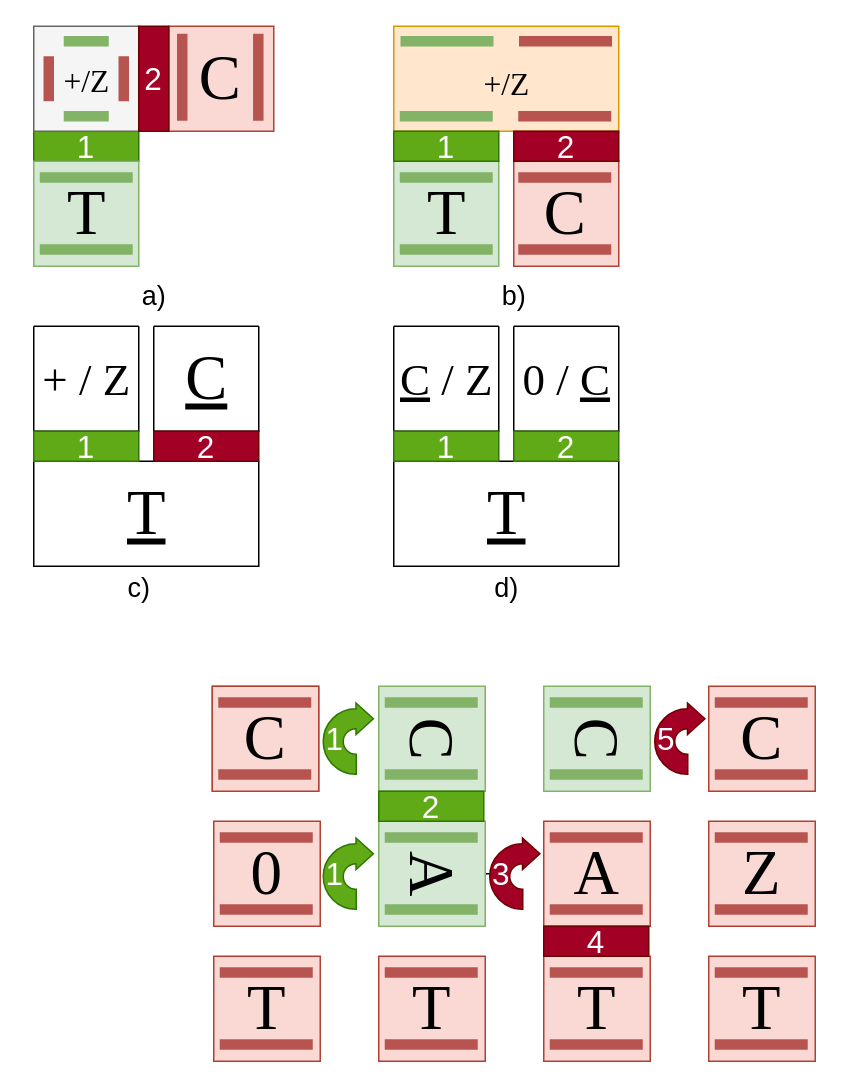
The draw.io diagram translation.drawio in alexandrupaler/alexandrupaler.github.io, before the edit. Source tidied: cells renumbered, new cells numbered last; positions are measured from the earlier drawing's top-left corner, leaving out a move shared by most shapes. Both pictures are drawn from the tidied source at 150%, with x=0, y=0 at pixel (26, 26).
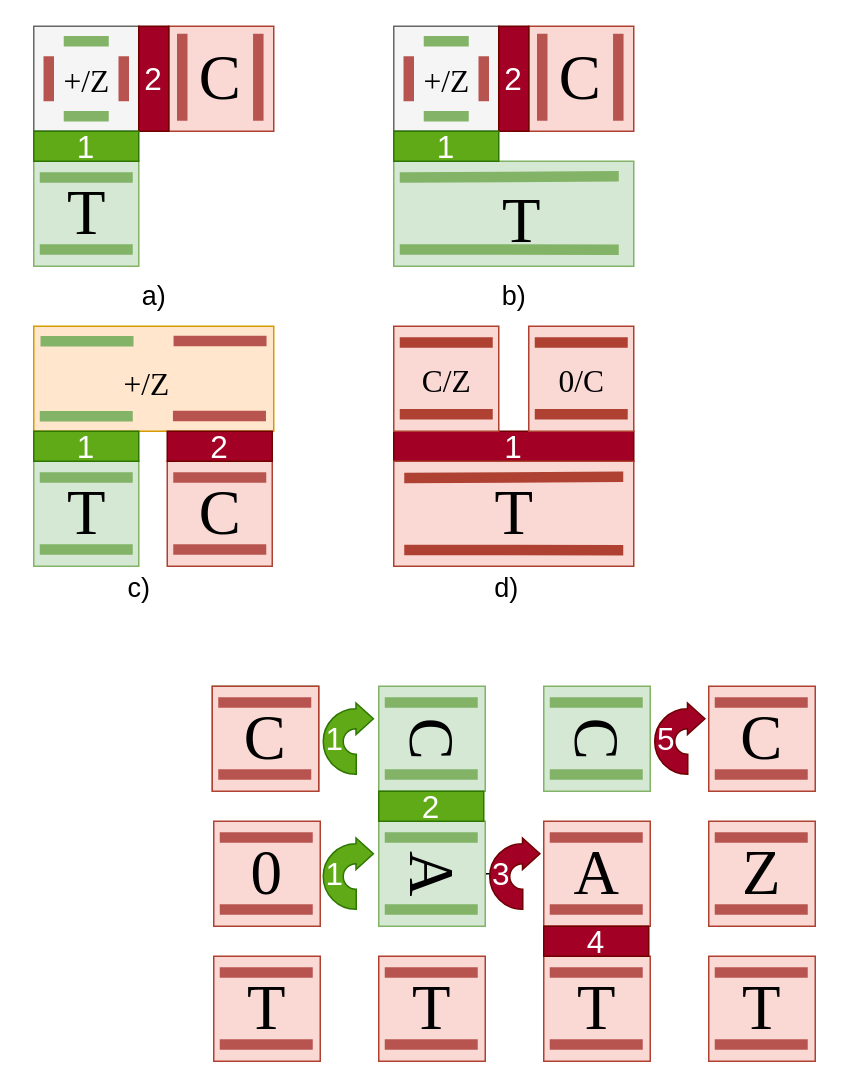
After the change.

What changed in the source:
```diff
@@
-    <mxCell id="3" style="swimlane;startSize=0;" parent="1" vertex="1">
-      <mxGeometry x="5" y="290" width="150" height="70" as="geometry" />
-    </mxCell>
-    <mxCell id="4" value="&lt;u&gt;&lt;font&gt;T&lt;/font&gt;&lt;/u&gt;" style="text;html=1;align=center;verticalAlign=middle;strokeColor=none;fillColor=none;fontSize=42;fontFamily=Garamond;" parent="3" vertex="1">
-      <mxGeometry x="50" y="5" width="50" height="60" as="geometry" />
-    </mxCell>
-    <mxCell id="5" style="swimlane;startSize=0;" parent="1" vertex="1">
-      <mxGeometry x="5" y="200" width="70" height="70" as="geometry" />
-    </mxCell>
-    <mxCell id="6" value="&lt;font style=&quot;font-size: 30px;&quot;&gt;+ / Z&lt;/font&gt;" style="text;html=1;align=center;verticalAlign=middle;strokeColor=none;fillColor=none;fontSize=32;fontFamily=Garamond;" parent="5" vertex="1">
-      <mxGeometry x="-5" y="10" width="80" height="50" as="geometry" />
-    </mxCell>
-    <mxCell id="7" style="swimlane;startSize=0;" parent="1" vertex="1">
-      <mxGeometry x="85" y="200" width="70" height="70" as="geometry" />
-    </mxCell>
-    <mxCell id="8" value="&lt;u&gt;&lt;font&gt;C&lt;/font&gt;&lt;/u&gt;" style="text;html=1;align=center;verticalAlign=middle;strokeColor=none;fillColor=none;fontSize=42;fontFamily=Garamond;" parent="7" vertex="1">
-      <mxGeometry x="10" y="5" width="50" height="60" as="geometry" />
-    </mxCell>
-    <mxCell id="9" style="swimlane;startSize=0;" parent="1" vertex="1">
-      <mxGeometry x="245" y="290" width="150" height="70" as="geometry" />
-    </mxCell>
-    <mxCell id="10" value="&lt;u&gt;&lt;font&gt;T&lt;/font&gt;&lt;/u&gt;" style="text;html=1;align=center;verticalAlign=middle;strokeColor=none;fillColor=none;fontSize=42;fontFamily=Garamond;" parent="9" vertex="1">
-      <mxGeometry x="50" y="5" width="50" height="60" as="geometry" />
-    </mxCell>
-    <mxCell id="11" style="swimlane;startSize=0;" parent="1" vertex="1">
-      <mxGeometry x="245" y="200" width="70" height="70" as="geometry" />
-    </mxCell>
-    <mxCell id="12" value="&lt;u&gt;C&lt;/u&gt; / Z" style="text;html=1;align=center;verticalAlign=middle;strokeColor=none;fillColor=none;fontSize=30;fontFamily=Garamond;" parent="11" vertex="1">
-      <mxGeometry x="-10" y="10" width="90" height="50" as="geometry" />
-    </mxCell>
-    <mxCell id="13" style="swimlane;startSize=0;" parent="1" vertex="1">
-      <mxGeometry x="325" y="200" width="70" height="70" as="geometry" />
-    </mxCell>
-    <mxCell id="14" value="0 / &lt;u&gt;C&lt;/u&gt;" style="text;html=1;align=center;verticalAlign=middle;strokeColor=none;fillColor=none;fontSize=30;fontFamily=Garamond;" parent="13" vertex="1">
-      <mxGeometry x="-5" y="10" width="80" height="50" as="geometry" />
-    </mxCell>
@@
-    <mxCell id="20" value="&lt;font style=&quot;font-size: 21px;&quot;&gt;1&lt;/font&gt;" style="rounded=0;whiteSpace=wrap;html=1;fillColor=#60a917;fontColor=#ffffff;strokeColor=#2D7600;" parent="1" vertex="1">
-      <mxGeometry x="5" y="70" width="70" height="20" as="geometry" />
-    </mxCell>
-    <mxCell id="21" value="1" style="rounded=0;whiteSpace=wrap;html=1;fillColor=#60a917;fontColor=#ffffff;strokeColor=#2D7600;fontSize=21;" parent="1" vertex="1">
-      <mxGeometry x="5" y="270" width="70" height="20" as="geometry" />
-    </mxCell>
-    <mxCell id="22" value="2" style="rounded=0;whiteSpace=wrap;html=1;fillColor=#a20025;fontColor=#ffffff;strokeColor=#6F0000;fontSize=21;" parent="1" vertex="1">
-      <mxGeometry x="85" y="270" width="70" height="20" as="geometry" />
-    </mxCell>
-    <mxCell id="23" value="1" style="rounded=0;whiteSpace=wrap;html=1;fillColor=#60a917;fontColor=#ffffff;strokeColor=#2D7600;fontSize=21;" parent="1" vertex="1">
-      <mxGeometry x="245" y="270" width="70" height="20" as="geometry" />
+    <mxCell id="23" value="1" style="rounded=0;whiteSpace=wrap;html=1;fillColor=#a20025;fontColor=#ffffff;strokeColor=#6F0000;fontSize=21;" parent="1" vertex="1">
+      <mxGeometry x="245" y="270" width="160" height="20" as="geometry" />
     </mxCell>
-    <mxCell id="24" value="2" style="rounded=0;whiteSpace=wrap;html=1;fillColor=#60a917;fontColor=#ffffff;strokeColor=#2D7600;fontSize=21;" parent="1" vertex="1">
-      <mxGeometry x="325" y="270" width="70" height="20" as="geometry" />
-    </mxCell>
@@
     <mxCell id="80" style="group;fillColor=#d5e8d4;strokeColor=#82b366;" parent="1" vertex="1">
-      <mxGeometry x="245" y="90" width="70" height="70" as="geometry" />
+      <mxGeometry x="5" y="290" width="70" height="70" as="geometry" />
     </mxCell>
     <mxCell id="81" style="endArrow=none;html=1;rounded=0;strokeWidth=7;fillColor=#d5e8d4;strokeColor=#82b366;" parent="1" edge="1">
       <mxGeometry relative="1" as="geometry">
-        <mxPoint x="249" y="100.9" as="sourcePoint" />
-        <mxPoint x="311" y="100.9" as="targetPoint" />
+        <mxPoint x="9" y="300.9" as="sourcePoint" />
+        <mxPoint x="71" y="300.9" as="targetPoint" />
       </mxGeometry>
     </mxCell>
     <mxCell id="82" style="endArrow=none;html=1;rounded=0;strokeWidth=7;fillColor=#d5e8d4;strokeColor=#82b366;" parent="1" edge="1">
       <mxGeometry relative="1" as="geometry">
-        <mxPoint x="249" y="148.8" as="sourcePoint" />
-        <mxPoint x="311" y="148.8" as="targetPoint" />
+        <mxPoint x="9" y="348.8" as="sourcePoint" />
+        <mxPoint x="71" y="348.8" as="targetPoint" />
       </mxGeometry>
     </mxCell>
     <mxCell id="83" value="T" style="text;html=1;align=center;verticalAlign=middle;strokeColor=none;fillColor=none;fontSize=42;fontFamily=Garamond;" parent="1" vertex="1">
-      <mxGeometry x="255" y="95" width="50" height="60" as="geometry" />
+      <mxGeometry x="15" y="295" width="50" height="60" as="geometry" />
     </mxCell>
     <mxCell id="84" style="rounded=0;whiteSpace=wrap;html=1;fillColor=#ffe6cc;strokeColor=#d79b00;" parent="1" vertex="1">
-      <mxGeometry x="245" width="150" height="70" as="geometry" />
+      <mxGeometry x="5" y="200" width="160" height="70" as="geometry" />
     </mxCell>
     <mxCell id="85" value="&lt;font style=&quot;font-size: 21px;&quot;&gt;+/Z&lt;/font&gt;" style="text;html=1;align=center;verticalAlign=middle;strokeColor=none;fillColor=none;fontSize=31;fontFamily=Garamond;" parent="1" vertex="1">
-      <mxGeometry x="295" y="10" width="50" height="50" as="geometry" />
+      <mxGeometry x="55" y="210" width="50" height="50" as="geometry" />
     </mxCell>
     <mxCell id="86" style="rounded=0;whiteSpace=wrap;html=1;fillColor=#fad9d5;strokeColor=#ae4132;" parent="1" vertex="1">
-      <mxGeometry x="325" y="90" width="70" height="70" as="geometry" />
+      <mxGeometry x="94" y="290" width="70" height="70" as="geometry" />
     </mxCell>
     <mxCell id="87" style="endArrow=none;html=1;rounded=0;strokeWidth=7;fillColor=#f8cecc;strokeColor=#b85450;" parent="1" edge="1">
       <mxGeometry relative="1" as="geometry">
-        <mxPoint x="328" y="100.9" as="sourcePoint" />
-        <mxPoint x="390" y="100.9" as="targetPoint" />
+        <mxPoint x="98" y="300.9" as="sourcePoint" />
+        <mxPoint x="160" y="300.9" as="targetPoint" />
       </mxGeometry>
     </mxCell>
     <mxCell id="88" style="endArrow=none;html=1;rounded=0;strokeWidth=7;fillColor=#f8cecc;strokeColor=#b85450;" parent="1" edge="1">
       <mxGeometry relative="1" as="geometry">
-        <mxPoint x="328" y="148.8" as="sourcePoint" />
-        <mxPoint x="390" y="148.8" as="targetPoint" />
+        <mxPoint x="98" y="348.8" as="sourcePoint" />
+        <mxPoint x="160" y="348.8" as="targetPoint" />
       </mxGeometry>
     </mxCell>
     <mxCell id="89" value="&lt;font&gt;C&lt;/font&gt;" style="text;html=1;align=center;verticalAlign=middle;strokeColor=none;fillColor=none;fontSize=42;fontFamily=Garamond;" parent="1" vertex="1">
-      <mxGeometry x="334" y="95" width="50" height="60" as="geometry" />
+      <mxGeometry x="104" y="295" width="50" height="60" as="geometry" />
     </mxCell>
     <mxCell id="90" style="endArrow=none;html=1;rounded=0;strokeWidth=7;fillColor=#f8cecc;strokeColor=#b85450;" parent="1" edge="1">
       <mxGeometry relative="1" as="geometry">
-        <mxPoint x="328.5" y="10" as="sourcePoint" />
-        <mxPoint x="390.5" y="10" as="targetPoint" />
+        <mxPoint x="98.2" y="209.8" as="sourcePoint" />
+        <mxPoint x="160.2" y="209.8" as="targetPoint" />
       </mxGeometry>
     </mxCell>
     <mxCell id="91" style="endArrow=none;html=1;rounded=0;strokeWidth=7;fillColor=#d5e8d4;strokeColor=#82b366;" parent="1" edge="1">
       <mxGeometry relative="1" as="geometry">
-        <mxPoint x="249.5" y="10" as="sourcePoint" />
-        <mxPoint x="311.5" y="10" as="targetPoint" />
+        <mxPoint x="9.5" y="210" as="sourcePoint" />
+        <mxPoint x="71.5" y="210" as="targetPoint" />
       </mxGeometry>
     </mxCell>
     <mxCell id="92" style="endArrow=none;html=1;rounded=0;strokeWidth=7;fillColor=#f8cecc;strokeColor=#b85450;" parent="1" edge="1">
       <mxGeometry relative="1" as="geometry">
-        <mxPoint x="328" y="60" as="sourcePoint" />
-        <mxPoint x="390" y="60" as="targetPoint" />
+        <mxPoint x="97.8" y="259.8" as="sourcePoint" />
+        <mxPoint x="159.8" y="259.8" as="targetPoint" />
       </mxGeometry>
     </mxCell>
     <mxCell id="93" style="endArrow=none;html=1;rounded=0;strokeWidth=7;fillColor=#d5e8d4;strokeColor=#82b366;" parent="1" edge="1">
       <mxGeometry relative="1" as="geometry">
-        <mxPoint x="249" y="60" as="sourcePoint" />
-        <mxPoint x="311" y="60" as="targetPoint" />
+        <mxPoint x="9" y="260" as="sourcePoint" />
+        <mxPoint x="71" y="260" as="targetPoint" />
       </mxGeometry>
     </mxCell>
     <mxCell id="94" value="2" style="rounded=0;whiteSpace=wrap;html=1;fillColor=#a20025;fontColor=#ffffff;strokeColor=#6F0000;fontSize=21;" parent="1" vertex="1">
-      <mxGeometry x="325" y="70" width="70" height="20" as="geometry" />
+      <mxGeometry x="94" y="270" width="70" height="20" as="geometry" />
     </mxCell>
     <mxCell id="95" value="1" style="rounded=0;whiteSpace=wrap;html=1;fillColor=#60a917;fontColor=#ffffff;strokeColor=#2D7600;fontSize=21;" parent="1" vertex="1">
-      <mxGeometry x="245" y="70" width="70" height="20" as="geometry" />
+      <mxGeometry x="5" y="270" width="70" height="20" as="geometry" />
     </mxCell>
@@
+    <mxCell id="110" style="rounded=0;whiteSpace=wrap;html=1;fillColor=#fad9d5;strokeColor=#ae4132;" parent="1" vertex="1">
+      <mxGeometry x="335" width="70" height="70" as="geometry" />
+    </mxCell>
+    <mxCell id="111" style="group;fillColor=#d5e8d4;strokeColor=#82b366;" parent="1" vertex="1">
+      <mxGeometry x="245" y="90" width="160" height="70" as="geometry" />
+    </mxCell>
+    <mxCell id="112" style="endArrow=none;html=1;rounded=0;strokeWidth=7;fillColor=#d5e8d4;strokeColor=#82b366;" parent="1" edge="1">
+      <mxGeometry relative="1" as="geometry">
+        <mxPoint x="249" y="100.9" as="sourcePoint" />
+        <mxPoint x="395" y="100" as="targetPoint" />
+      </mxGeometry>
+    </mxCell>
+    <mxCell id="113" style="endArrow=none;html=1;rounded=0;strokeWidth=7;fillColor=#d5e8d4;strokeColor=#82b366;" parent="1" edge="1">
+      <mxGeometry relative="1" as="geometry">
+        <mxPoint x="249" y="148.8" as="sourcePoint" />
+        <mxPoint x="395" y="149" as="targetPoint" />
+      </mxGeometry>
+    </mxCell>
+    <mxCell id="114" value="T" style="text;html=1;align=center;verticalAlign=middle;strokeColor=none;fillColor=none;fontSize=42;fontFamily=Garamond;" parent="1" vertex="1">
+      <mxGeometry x="305" y="100" width="50" height="60" as="geometry" />
+    </mxCell>
+    <mxCell id="115" style="rounded=0;whiteSpace=wrap;html=1;fillColor=#f5f5f5;strokeColor=#666666;fontColor=#333333;" parent="1" vertex="1">
+      <mxGeometry x="245" width="70" height="70" as="geometry" />
+    </mxCell>
+    <mxCell id="116" value="&lt;font style=&quot;font-size: 21px;&quot;&gt;+/Z&lt;/font&gt;" style="text;html=1;align=center;verticalAlign=middle;strokeColor=none;fillColor=none;fontSize=42;fontFamily=Garamond;" parent="1" vertex="1">
+      <mxGeometry x="255" width="50" height="60" as="geometry" />
+    </mxCell>
+    <mxCell id="22" value="2" style="rounded=0;whiteSpace=wrap;html=1;fillColor=#a20025;fontColor=#ffffff;strokeColor=#6F0000;fontSize=21;" parent="1" vertex="1">
+      <mxGeometry x="315" width="20" height="70" as="geometry" />
+    </mxCell>
+    <mxCell id="8" value="&lt;font&gt;C&lt;/font&gt;" style="text;html=1;align=center;verticalAlign=middle;strokeColor=none;fillColor=none;fontSize=42;fontFamily=Garamond;" parent="1" vertex="1">
+      <mxGeometry x="344" y="5" width="50" height="60" as="geometry" />
+    </mxCell>
+    <mxCell id="117" style="endArrow=none;html=1;rounded=0;strokeWidth=7;fillColor=#d5e8d4;strokeColor=#82b366;" parent="1" edge="1">
+      <mxGeometry relative="1" as="geometry">
+        <mxPoint x="265" y="60" as="sourcePoint" />
+        <mxPoint x="295" y="60" as="targetPoint" />
+      </mxGeometry>
+    </mxCell>
+    <mxCell id="118" style="endArrow=none;html=1;rounded=0;strokeWidth=7;fillColor=#f8cecc;strokeColor=#b85450;entryX=0.863;entryY=0.965;entryDx=0;entryDy=0;entryPerimeter=0;" parent="1" edge="1">
+      <mxGeometry relative="1" as="geometry">
+        <mxPoint x="344" y="5" as="sourcePoint" />
+        <mxPoint x="344" y="63" as="targetPoint" />
+      </mxGeometry>
+    </mxCell>
+    <mxCell id="119" style="endArrow=none;html=1;rounded=0;strokeWidth=7;fillColor=#f8cecc;strokeColor=#b85450;entryX=0.863;entryY=0.965;entryDx=0;entryDy=0;entryPerimeter=0;" parent="1" edge="1">
+      <mxGeometry relative="1" as="geometry">
+        <mxPoint x="394.7" y="5" as="sourcePoint" />
+        <mxPoint x="394.7" y="63" as="targetPoint" />
+      </mxGeometry>
+    </mxCell>
+    <mxCell id="120" style="endArrow=none;html=1;rounded=0;strokeWidth=7;fillColor=#d5e8d4;strokeColor=#82b366;" parent="1" edge="1">
+      <mxGeometry relative="1" as="geometry">
+        <mxPoint x="265" y="10" as="sourcePoint" />
+        <mxPoint x="295" y="10" as="targetPoint" />
+      </mxGeometry>
+    </mxCell>
+    <mxCell id="121" style="endArrow=none;html=1;rounded=0;strokeWidth=7;fillColor=#f8cecc;strokeColor=#b85450;" parent="1" edge="1">
+      <mxGeometry relative="1" as="geometry">
+        <mxPoint x="255" y="20" as="sourcePoint" />
+        <mxPoint x="255" y="50" as="targetPoint" />
+      </mxGeometry>
+    </mxCell>
+    <mxCell id="122" style="endArrow=none;html=1;rounded=0;strokeWidth=7;fillColor=#f8cecc;strokeColor=#b85450;" parent="1" edge="1">
+      <mxGeometry relative="1" as="geometry">
+        <mxPoint x="305" y="20" as="sourcePoint" />
+        <mxPoint x="305" y="50" as="targetPoint" />
+      </mxGeometry>
+    </mxCell>
+    <mxCell id="21" value="&lt;font style=&quot;font-size: 21px;&quot;&gt;1&lt;/font&gt;" style="rounded=0;whiteSpace=wrap;html=1;fillColor=#60a917;fontColor=#ffffff;strokeColor=#2D7600;" parent="1" vertex="1">
+      <mxGeometry x="245" y="70" width="70" height="20" as="geometry" />
+    </mxCell>
+    <mxCell id="20" value="&lt;font style=&quot;font-size: 21px;&quot;&gt;1&lt;/font&gt;" style="rounded=0;whiteSpace=wrap;html=1;fillColor=#60a917;fontColor=#ffffff;strokeColor=#2D7600;" parent="1" vertex="1">
+      <mxGeometry x="5" y="70" width="70" height="20" as="geometry" />
+    </mxCell>
+    <mxCell id="123" style="group;fillColor=#fad9d5;strokeColor=#ae4132;" parent="1" vertex="1">
+      <mxGeometry x="245" y="290" width="160" height="70" as="geometry" />
+    </mxCell>
+    <mxCell id="124" style="rounded=0;whiteSpace=wrap;html=1;fillColor=#fad9d5;strokeColor=#ae4132;" parent="1" vertex="1">
+      <mxGeometry x="245" y="200" width="70" height="70" as="geometry" />
+    </mxCell>
+    <mxCell id="125" value="&lt;font style=&quot;font-size: 21px;&quot;&gt;C/Z&lt;/font&gt;" style="text;html=1;align=center;verticalAlign=middle;strokeColor=none;fillColor=none;fontSize=42;fontFamily=Garamond;" parent="1" vertex="1">
+      <mxGeometry x="250" y="200" width="60" height="60" as="geometry" />
+    </mxCell>
+    <mxCell id="126" style="endArrow=none;html=1;rounded=0;strokeWidth=7;fillColor=#fad9d5;strokeColor=#ae4132;" parent="1" edge="1">
+      <mxGeometry relative="1" as="geometry">
+        <mxPoint x="252" y="349.1" as="sourcePoint" />
+        <mxPoint x="398" y="349.4" as="targetPoint" />
+      </mxGeometry>
+    </mxCell>
+    <mxCell id="127" style="endArrow=none;html=1;rounded=0;strokeWidth=7;fillColor=#fad9d5;strokeColor=#ae4132;" parent="1" edge="1">
+      <mxGeometry relative="1" as="geometry">
+        <mxPoint x="252" y="301.2" as="sourcePoint" />
+        <mxPoint x="398" y="300.4" as="targetPoint" />
+      </mxGeometry>
+    </mxCell>
+    <mxCell id="128" style="endArrow=none;html=1;rounded=0;strokeWidth=7;fillColor=#fad9d5;strokeColor=#ae4132;" parent="1" edge="1">
+      <mxGeometry relative="1" as="geometry">
+        <mxPoint x="249" y="258.7" as="sourcePoint" />
+        <mxPoint x="311" y="258.7" as="targetPoint" />
+      </mxGeometry>
+    </mxCell>
+    <mxCell id="129" style="endArrow=none;html=1;rounded=0;strokeWidth=7;fillColor=#fad9d5;strokeColor=#ae4132;" parent="1" edge="1">
+      <mxGeometry relative="1" as="geometry">
+        <mxPoint x="249" y="210.8" as="sourcePoint" />
+        <mxPoint x="311" y="210.8" as="targetPoint" />
+      </mxGeometry>
+    </mxCell>
+    <mxCell id="130" style="rounded=0;whiteSpace=wrap;html=1;fillColor=#fad9d5;strokeColor=#ae4132;" parent="1" vertex="1">
+      <mxGeometry x="335" y="200" width="70" height="70" as="geometry" />
+    </mxCell>
+    <mxCell id="131" value="&lt;font style=&quot;font-size: 21px;&quot;&gt;0/C&lt;/font&gt;" style="text;html=1;align=center;verticalAlign=middle;strokeColor=none;fillColor=none;fontSize=42;fontFamily=Garamond;" parent="1" vertex="1">
+      <mxGeometry x="345" y="200" width="50" height="60" as="geometry" />
+    </mxCell>
+    <mxCell id="132" style="endArrow=none;html=1;rounded=0;strokeWidth=7;fillColor=#fad9d5;strokeColor=#ae4132;" parent="1" edge="1">
+      <mxGeometry relative="1" as="geometry">
+        <mxPoint x="339" y="258.7" as="sourcePoint" />
+        <mxPoint x="401" y="258.7" as="targetPoint" />
+      </mxGeometry>
+    </mxCell>
+    <mxCell id="133" style="endArrow=none;html=1;rounded=0;strokeWidth=7;fillColor=#fad9d5;strokeColor=#ae4132;" parent="1" edge="1">
+      <mxGeometry relative="1" as="geometry">
+        <mxPoint x="339" y="210.8" as="sourcePoint" />
+        <mxPoint x="401" y="210.8" as="targetPoint" />
+      </mxGeometry>
+    </mxCell>
+    <mxCell id="134" value="T" style="text;html=1;align=center;verticalAlign=middle;strokeColor=none;fillColor=none;fontSize=42;fontFamily=Garamond;" parent="1" vertex="1">
+      <mxGeometry x="300" y="295" width="50" height="60" as="geometry" />
+    </mxCell>
```
